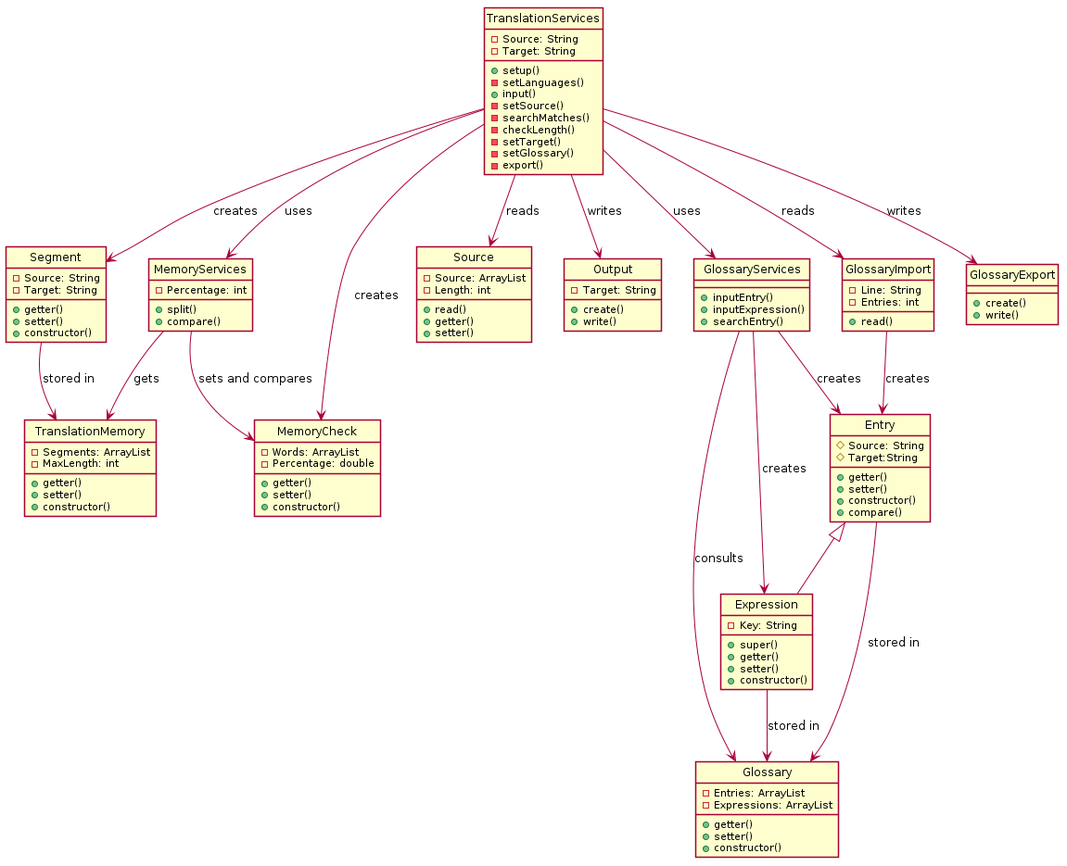
Above: out/sequence/OpenCATe.png in emiestevarena/OpenCATe (PlantUML), before the change.
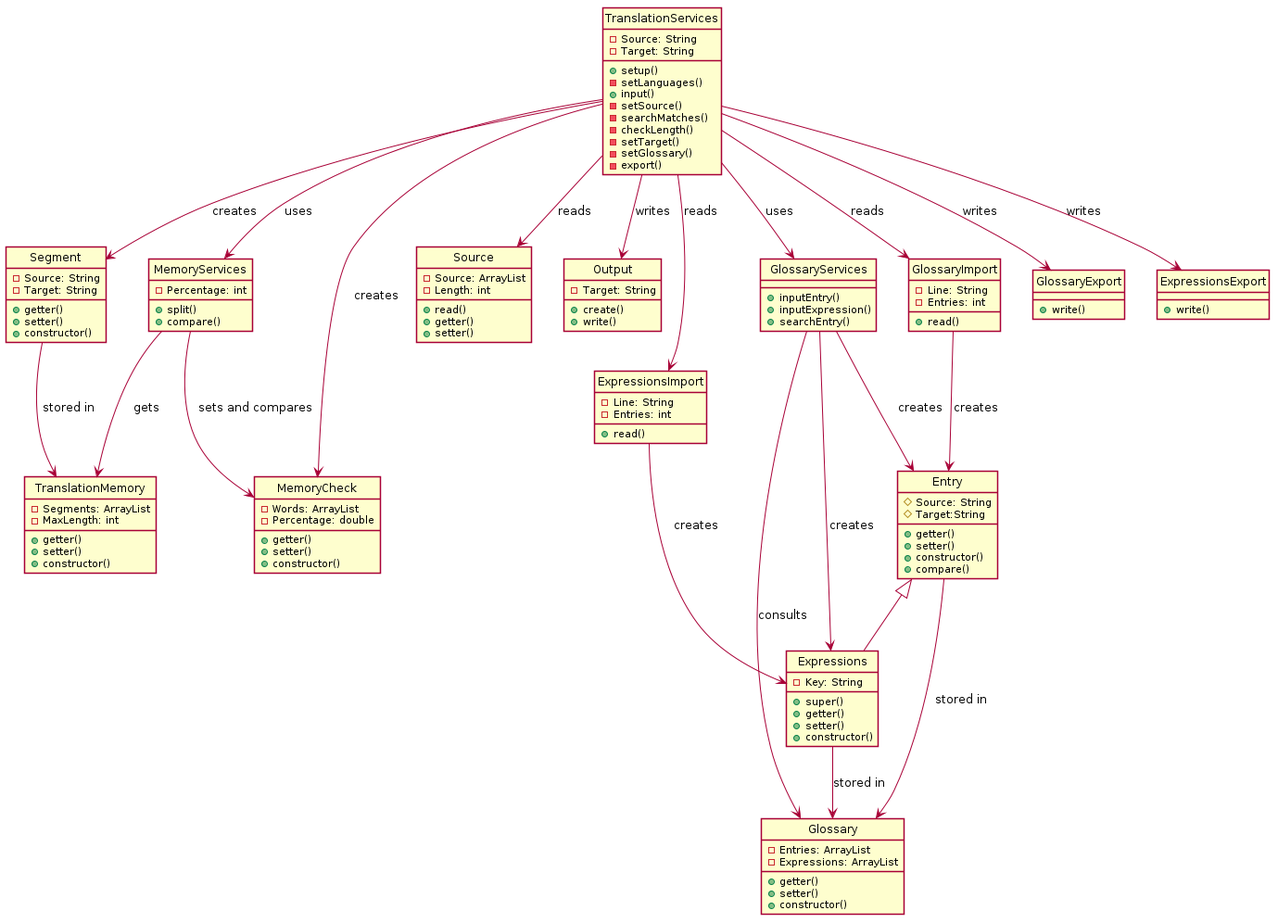
The same file after the commit.

Commit message:
Expressions can now be imported and exported

Change to the diagram source:
```diff
@@ -28,7 +28,7 @@
     +compare()
 }
 
-class Expression extends Entry{
+class Expressions extends Entry{
     -Key: String
     +super()
     +getter()
@@ -99,19 +99,28 @@
 }
 
 class GlossaryExport{
-    +create()
+    +write()
+}
+
+class ExpressionsImport{
+    -Line: String
+    -Entries: int
+    +read()
+}
+
+class ExpressionsExport{
     +write()
 }
 
 Segment --> TranslationMemory :stored in
-Expression --> Glossary :stored in
+Expressions --> Glossary :stored in
 Entry --> Glossary :stored in
 TranslationServices--> Segment :creates
 TranslationServices --> Source: reads
 TranslationServices --> Output: writes
 TranslationServices --> GlossaryServices: uses
 GlossaryServices --> Entry : creates
-GlossaryServices --> Expression: creates
+GlossaryServices --> Expressions: creates
 GlossaryServices --> Glossary: consults
 TranslationServices --> MemoryServices: uses
 TranslationServices --> MemoryCheck : creates
@@ -120,4 +129,7 @@
 GlossaryImport --> Entry: creates
 TranslationServices --> GlossaryExport :writes
 TranslationServices --> GlossaryImport :reads
+ExpressionsImport --> Expressions: creates
+TranslationServices --> ExpressionsExport :writes
+TranslationServices --> ExpressionsImport :reads
 @enduml
```
